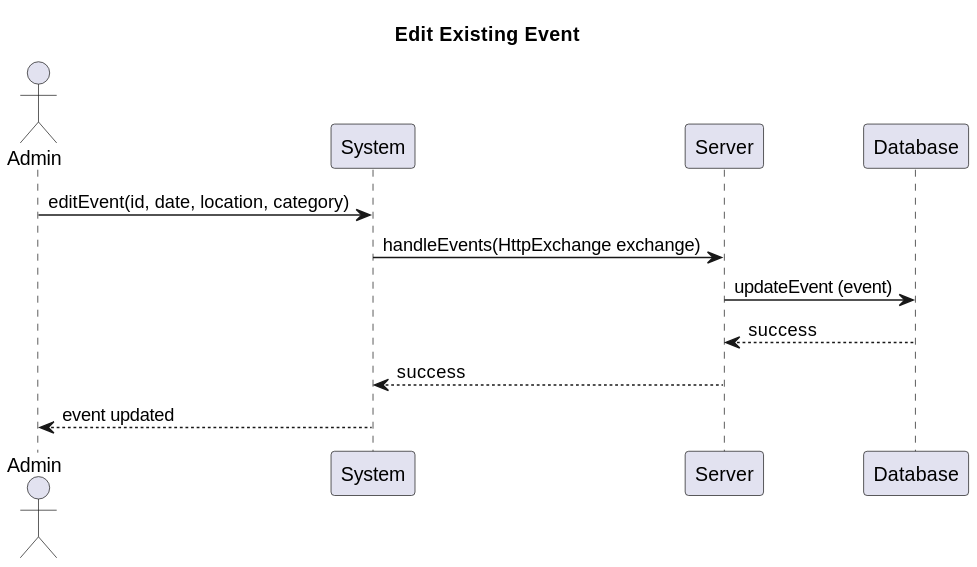
Above: Architecture and Design/editExistingEvent.svg in darcymccoy/soen345-project (PlantUML), before the change. Its diagram source:
```plantuml
@startuml
title Edit Existing Event
actor Admin
Admin -> System: editEvent(id, date, location, category)
System -> Server: handleEvents(HttpExchange exchange)
Server -> Database: updateEvent (event)
Database --> Server: success
Server --> System: success
System --> Admin: event updated
@enduml
```
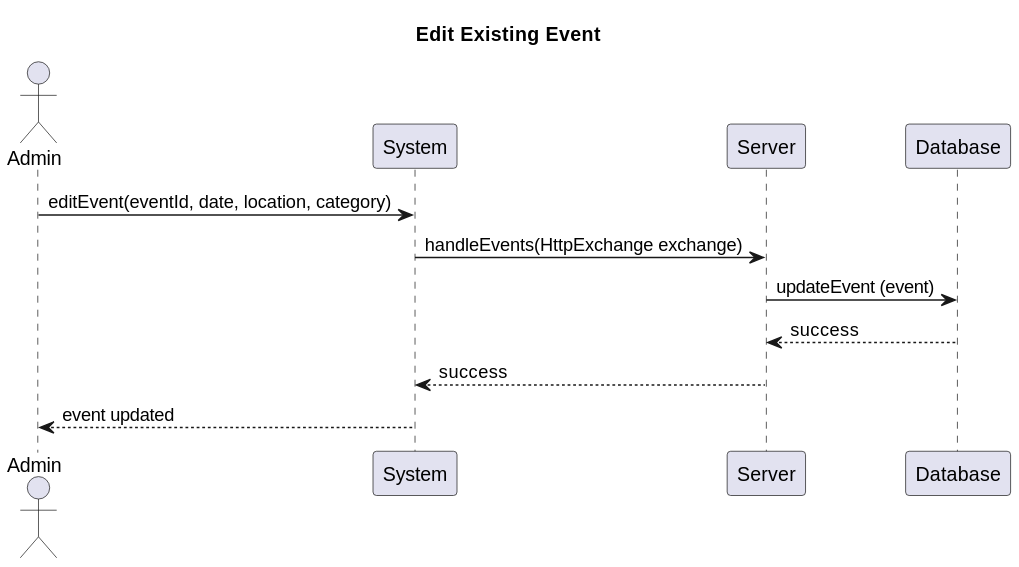
After the commit.

The edit, as a diff of the source:
```diff
@@ -1,7 +1,7 @@
 @startuml
 title Edit Existing Event
 actor Admin
-Admin -> System: editEvent(id, date, location, category)
+Admin -> System: editEvent(eventId, date, location, category)
 System -> Server: handleEvents(HttpExchange exchange)
 Server -> Database: updateEvent (event)
 Database --> Server: success
```
